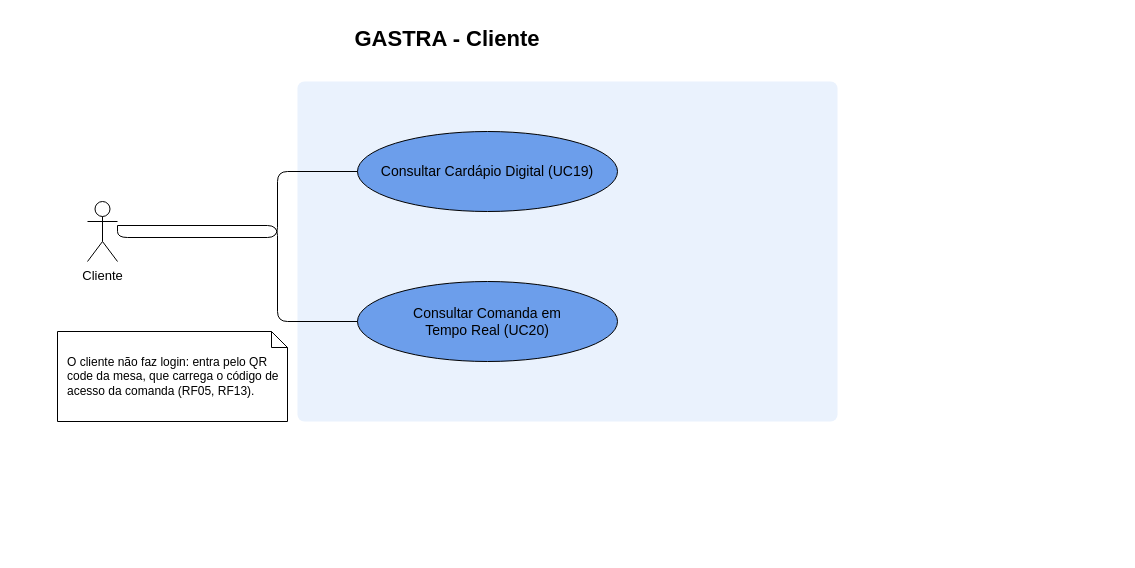
danih-vb/gastra-tg keeps this draw.io diagram as docs/diagramas/_fontes/GASTRA_UC_Cliente.drawio. Above is the earlier version. Source tidied: cells renumbered, new cells numbered last; positions are measured from the earlier drawing's top-left corner, leaving out a move shared by most shapes. Both pictures are drawn from the tidied source at 100%, with x=0, y=0 at pixel (27, 17).
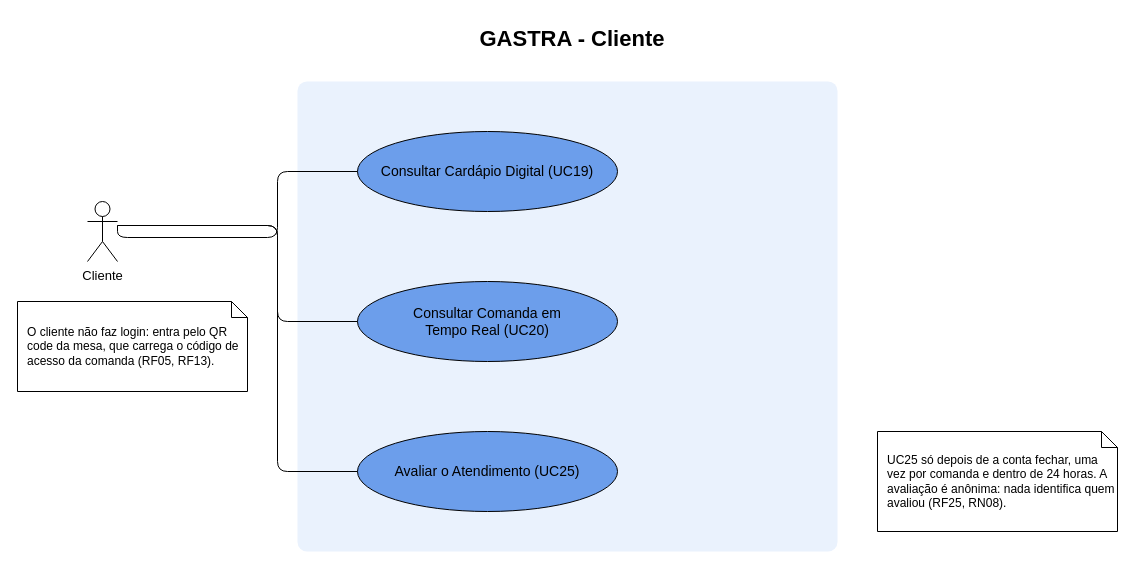
The same page after the edit.

Commit message (it also covers changes not shown here):
docs: UC25 no documento e no diagrama do Cliente (#191, #197)

The edit, as a diff of the source:
```diff
@@
 <mxGraphModel>
   <root>
     <mxCell id="0" />
     <mxCell id="1" parent="0" />
     <mxCell id="2" value="GASTRA - Cliente" style="text;html=1;align=center;verticalAlign=middle;whiteSpace=wrap;fontSize=22;fontStyle=1;" parent="1" vertex="1">
-      <mxGeometry width="840" height="44" as="geometry" />
+      <mxGeometry width="1090" height="44" as="geometry" />
     </mxCell>
     <mxCell id="3" style="rounded=1;arcSize=2;whiteSpace=wrap;html=1;fillColor=#eaf2fd;strokeColor=none;" parent="1" vertex="1">
-      <mxGeometry x="270" y="64" width="540" height="340" as="geometry" />
+      <mxGeometry x="270" y="64" width="540" height="470" as="geometry" />
     </mxCell>
     <mxCell id="4" value="Cliente" style="shape=umlActor;verticalLabelPosition=bottom;verticalAlign=top;html=1;outlineConnect=0;fontSize=13;" parent="1" vertex="1">
       <mxGeometry x="60" y="184" width="30" height="60" as="geometry" />
     </mxCell>
     <mxCell id="5" value="Consultar Cardápio Digital (UC19)" style="rounded=0;whiteSpace=wrap;html=1;ellipse;fillColor=#6c9eeb;strokeColor=#000000;fontColor=#000000;fontSize=14;verticalAlign=middle;" parent="1" vertex="1">
       <mxGeometry x="330" y="114" width="260" height="80" as="geometry" />
     </mxCell>
     <mxCell id="6" value="Consultar Comanda em&lt;br&gt;Tempo Real (UC20)" style="rounded=0;whiteSpace=wrap;html=1;ellipse;fillColor=#6c9eeb;strokeColor=#000000;fontColor=#000000;fontSize=14;verticalAlign=middle;" parent="1" vertex="1">
       <mxGeometry x="330" y="264" width="260" height="80" as="geometry" />
     </mxCell>
     <mxCell id="7" style="edgeStyle=orthogonalEdgeStyle;rounded=1;html=1;endArrow=none;strokeColor=#000000;exitX=1;exitY=0.4;exitDx=0;exitDy=0;" parent="1" edge="1" source="4" target="5">
       <mxGeometry relative="1" as="geometry">
         <Array as="points">
           <mxPoint x="250" y="220" />
         </Array>
       </mxGeometry>
     </mxCell>
     <mxCell id="8" style="edgeStyle=orthogonalEdgeStyle;rounded=1;html=1;endArrow=none;strokeColor=#000000;exitX=1;exitY=0.4;exitDx=0;exitDy=0;" parent="1" edge="1" source="4" target="6">
       <mxGeometry relative="1" as="geometry">
         <Array as="points">
           <mxPoint x="250" y="304" />
         </Array>
       </mxGeometry>
     </mxCell>
     <mxCell id="9" value="O cliente não faz login: entra pelo QR code da mesa, que carrega o código de acesso da comanda (RF05, RF13)." style="shape=note;size=16;whiteSpace=wrap;html=1;align=left;spacingLeft=8;fillColor=#ffffff;strokeColor=#000000;fontSize=12;" parent="1" vertex="1">
-      <mxGeometry x="30" y="314" width="230" height="90" as="geometry" />
+      <mxGeometry x="-10" y="284" width="230" height="90" as="geometry" />
     </mxCell>
+    <mxCell id="10" value="Avaliar o Atendimento (UC25)" style="rounded=0;whiteSpace=wrap;html=1;ellipse;fillColor=#6c9eeb;strokeColor=#000000;fontColor=#000000;fontSize=14;verticalAlign=middle;" parent="1" vertex="1">
+      <mxGeometry x="330" y="414" width="260" height="80" as="geometry" />
+    </mxCell>
+    <mxCell id="11" style="edgeStyle=orthogonalEdgeStyle;rounded=1;html=1;endArrow=none;strokeColor=#000000;exitX=1;exitY=0.4;exitDx=0;exitDy=0;" parent="1" edge="1" source="4" target="10">
+      <mxGeometry relative="1" as="geometry">
+        <Array as="points">
+          <mxPoint x="250" y="454" />
+        </Array>
+      </mxGeometry>
+    </mxCell>
+    <mxCell id="12" value="UC25 só depois de a conta fechar, uma vez por comanda e dentro de 24 horas. A avaliação é anônima: nada identifica quem avaliou (RF25, RN08)." style="shape=note;size=16;whiteSpace=wrap;html=1;align=left;spacingLeft=8;fillColor=#ffffff;strokeColor=#000000;fontSize=12;" parent="1" vertex="1">
+      <mxGeometry x="850" y="414" width="240" height="100" as="geometry" />
+    </mxCell>
   </root>
 </mxGraphModel>
```
